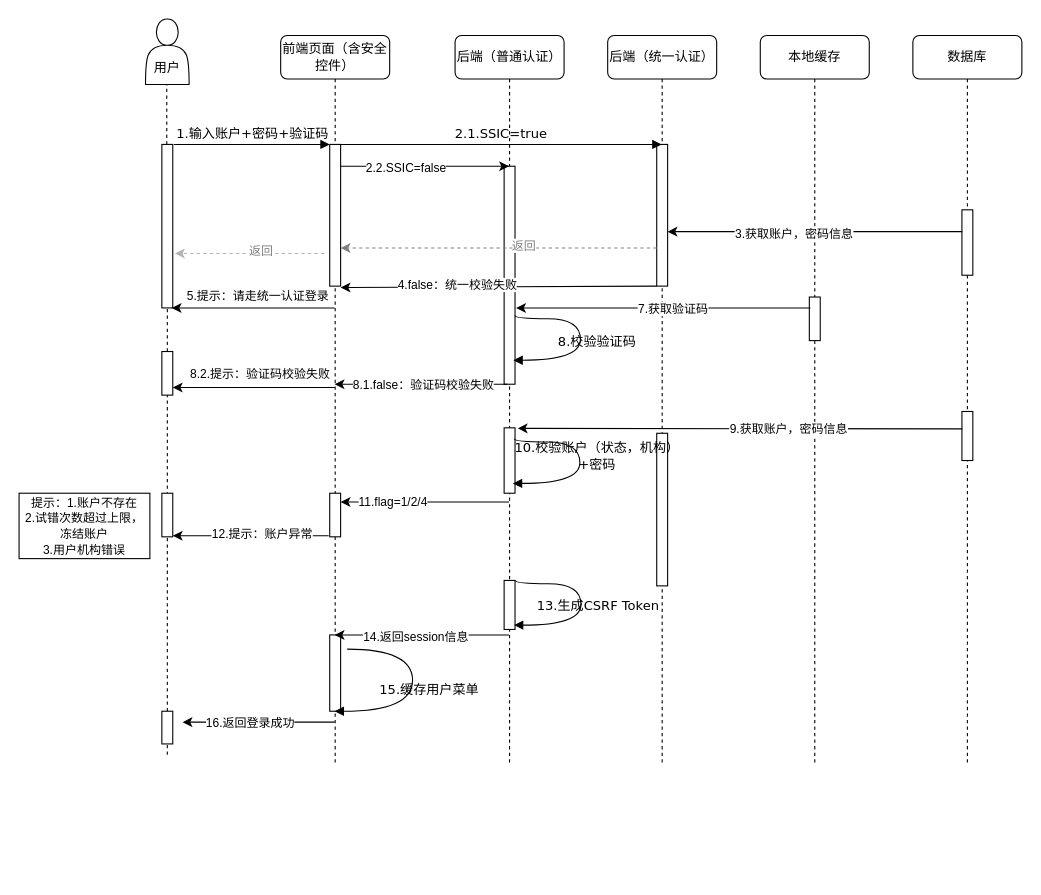
Before: Untitled Diagram.drawio in qianxiaomai0316/TortoiseGitTest, a draw.io diagram. Source tidied: cells renumbered, new cells numbered last; positions are measured from the earlier drawing's top-left corner, leaving out a move shared by most shapes. Both pictures are drawn from the tidied source at 109%, with x=0, y=0 at pixel (19, 19).
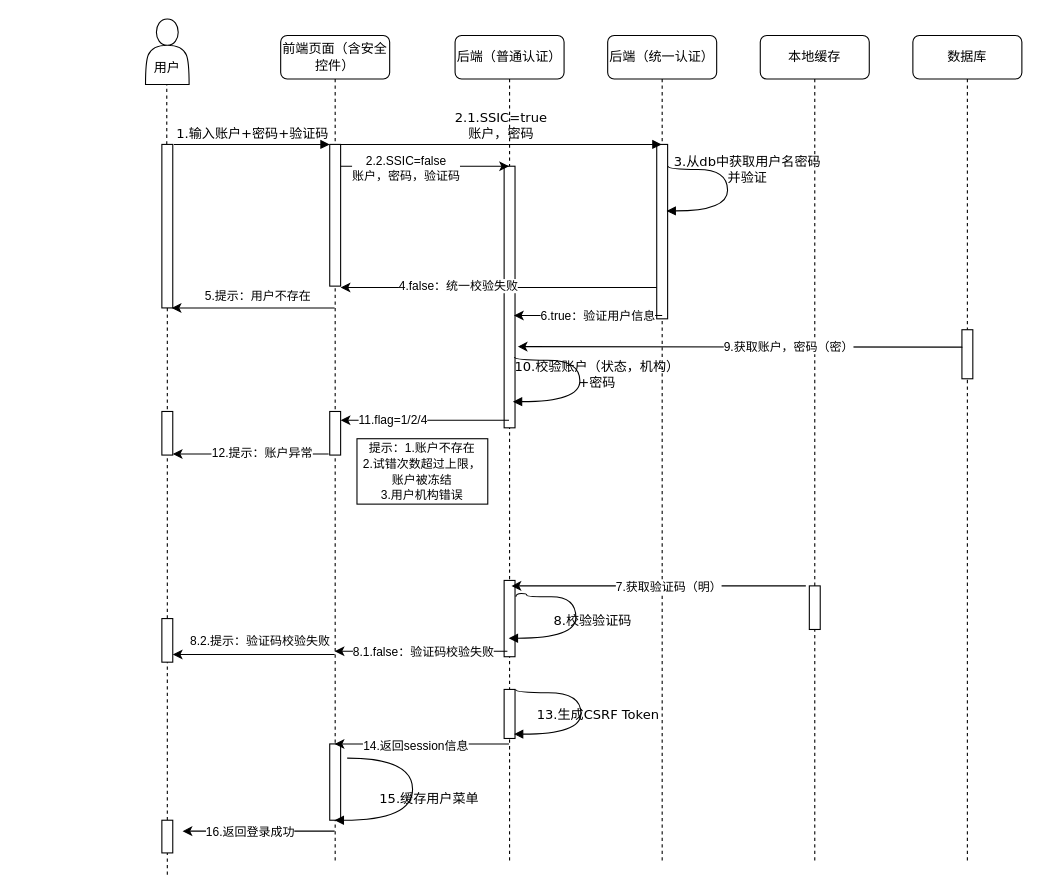
After the change.

Unchanged cells that the change refers to:
```xml
<mxCell id="3" style="html=1;points=[];perimeter=orthogonalPerimeter;rounded=0;shadow=0;comic=0;labelBackgroundColor=none;strokeWidth=1;fontFamily=Verdana;fontSize=12;align=center;" parent="2" vertex="1">
  <mxGeometry x="45" y="100" width="10" height="130" as="geometry" />
</mxCell>
<mxCell id="22" style="endArrow=classic;html=1;strokeColor=#000000;" parent="1" edge="1" source="3" target="6">
  <mxGeometry relative="1" as="geometry">
    <Array as="points">
      <mxPoint x="370" y="135" />
      <mxPoint x="400" y="135" />
    </Array>
  </mxGeometry>
</mxCell>
<mxCell id="28" style="endArrow=classic;html=1;strokeColor=#000000;" parent="1" edge="1" source="2">
  <mxGeometry relative="1" as="geometry">
    <mxPoint x="140" y="265" as="targetPoint" />
    <Array as="points">
      <mxPoint x="210" y="265" />
    </Array>
  </mxGeometry>
</mxCell>
<mxCell id="30" style="html=1;points=[];perimeter=orthogonalPerimeter;rounded=0;shadow=0;comic=0;labelBackgroundColor=none;strokeWidth=1;fontFamily=Verdana;fontSize=12;align=center;" parent="1" vertex="1">
  <mxGeometry x="131" y="115" width="10" height="150" as="geometry" />
</mxCell>
```

Change to the diagram source:
```diff
@@
     <mxCell id="2" value="前端页面（含安全控件）" style="shape=umlLifeline;perimeter=lifelinePerimeter;whiteSpace=wrap;html=1;outlineConnect=0;rounded=1;shadow=0;comic=0;labelBackgroundColor=none;strokeWidth=1;fontFamily=Verdana;fontSize=12;align=center;" parent="1" vertex="1">
-      <mxGeometry x="240" y="15" width="100" height="670" as="geometry" />
+      <mxGeometry x="240" y="15" width="100" height="760" as="geometry" />
     </mxCell>
@@
     <mxCell id="4" style="html=1;points=[];perimeter=orthogonalPerimeter;rounded=0;shadow=0;comic=0;labelBackgroundColor=none;strokeWidth=1;fontFamily=Verdana;fontSize=12;align=center;" parent="2" vertex="1">
-      <mxGeometry x="45" y="420" width="10" height="40" as="geometry" />
+      <mxGeometry x="45" y="345" width="10" height="40" as="geometry" />
     </mxCell>
     <mxCell id="5" style="html=1;perimeter=orthogonalPerimeter;rounded=0;shadow=0;comic=0;labelBackgroundColor=none;strokeWidth=1;fontFamily=Verdana;fontSize=12;align=center;" parent="2" vertex="1">
-      <mxGeometry x="45" y="550" width="10" height="70" as="geometry" />
+      <mxGeometry x="45" y="650" width="10" height="70" as="geometry" />
     </mxCell>
     <mxCell id="6" value="后端（普通认证）" style="shape=umlLifeline;perimeter=lifelinePerimeter;whiteSpace=wrap;html=1;outlineConnect=0;rounded=1;shadow=0;comic=0;labelBackgroundColor=none;strokeWidth=1;fontFamily=Verdana;fontSize=12;align=center;" parent="1" vertex="1">
-      <mxGeometry x="400" y="15" width="100" height="670" as="geometry" />
+      <mxGeometry x="400" y="15" width="100" height="760" as="geometry" />
     </mxCell>
     <mxCell id="7" style="html=1;points=[];perimeter=orthogonalPerimeter;rounded=0;shadow=0;comic=0;labelBackgroundColor=none;strokeWidth=1;fontFamily=Verdana;fontSize=12;align=center;" parent="6" vertex="1">
-      <mxGeometry x="45" y="120" width="10" height="200" as="geometry" />
+      <mxGeometry x="45" y="120" width="10" height="240" as="geometry" />
     </mxCell>
-    <mxCell id="8" style="html=1;perimeter=orthogonalPerimeter;rounded=0;shadow=0;comic=0;labelBackgroundColor=none;strokeWidth=1;fontFamily=Verdana;fontSize=12;align=center;" parent="6" vertex="1">
-      <mxGeometry x="45" y="360" width="10" height="60" as="geometry" />
-    </mxCell>
     <mxCell id="9" style="html=1;perimeter=orthogonalPerimeter;rounded=0;shadow=0;comic=0;labelBackgroundColor=none;strokeWidth=1;fontFamily=Verdana;fontSize=12;align=center;" parent="6" vertex="1">
-      <mxGeometry x="45" y="500" width="10" height="45" as="geometry" />
+      <mxGeometry x="45" y="600" width="10" height="45" as="geometry" />
     </mxCell>
+    <mxCell id="62" style="html=1;perimeter=orthogonalPerimeter;rounded=0;shadow=0;comic=0;labelBackgroundColor=none;strokeWidth=1;fontFamily=Verdana;fontSize=12;align=center;" parent="6" vertex="1">
+      <mxGeometry x="45" y="500" width="10" height="70" as="geometry" />
+    </mxCell>
     <mxCell id="10" value="后端（统一认证）" style="shape=umlLifeline;perimeter=lifelinePerimeter;whiteSpace=wrap;html=1;outlineConnect=0;rounded=1;shadow=0;comic=0;labelBackgroundColor=none;strokeWidth=1;fontFamily=Verdana;fontSize=12;align=center;" parent="1" vertex="1">
-      <mxGeometry x="540" y="15" width="100" height="670" as="geometry" />
+      <mxGeometry x="540" y="15" width="100" height="760" as="geometry" />
     </mxCell>
     <mxCell id="11" style="html=1;points=[];perimeter=orthogonalPerimeter;rounded=0;shadow=0;comic=0;labelBackgroundColor=none;strokeWidth=1;fontFamily=Verdana;fontSize=12;align=center;" parent="10" vertex="1">
-      <mxGeometry x="45" y="100" width="10" height="130" as="geometry" />
+      <mxGeometry x="45" y="100" width="10" height="160" as="geometry" />
     </mxCell>
     <mxCell id="12" value="本地缓存" style="shape=umlLifeline;perimeter=lifelinePerimeter;whiteSpace=wrap;html=1;rounded=1;shadow=0;comic=0;labelBackgroundColor=none;strokeWidth=1;fontFamily=Verdana;fontSize=12;align=center;" parent="1" vertex="1">
-      <mxGeometry x="680" y="15" width="100" height="670" as="geometry" />
+      <mxGeometry x="680" y="15" width="100" height="760" as="geometry" />
     </mxCell>
     <mxCell id="13" style="html=1;perimeter=orthogonalPerimeter;rounded=0;shadow=0;comic=0;labelBackgroundColor=none;strokeWidth=1;fontFamily=Verdana;fontSize=12;align=center;" parent="12" vertex="1">
-      <mxGeometry x="45" y="240" width="10" height="40" as="geometry" />
+      <mxGeometry x="45" y="505" width="10" height="40" as="geometry" />
     </mxCell>
     <mxCell id="14" value="数据库" style="shape=umlLifeline;perimeter=lifelinePerimeter;whiteSpace=wrap;html=1;rounded=1;shadow=0;comic=0;labelBackgroundColor=none;strokeWidth=1;fontFamily=Verdana;fontSize=12;align=center;" parent="1" vertex="1">
-      <mxGeometry x="820" y="15" width="100" height="670" as="geometry" />
+      <mxGeometry x="820" y="15" width="100" height="760" as="geometry" />
     </mxCell>
-    <mxCell id="15" style="html=1;perimeter=orthogonalPerimeter;rounded=0;shadow=0;comic=0;labelBackgroundColor=none;strokeWidth=1;fontFamily=Verdana;fontSize=12;align=center;" parent="14" vertex="1">
-      <mxGeometry x="45" y="160" width="10" height="60" as="geometry" />
-    </mxCell>
     <mxCell id="16" style="html=1;perimeter=orthogonalPerimeter;rounded=0;shadow=0;comic=0;labelBackgroundColor=none;strokeWidth=1;fontFamily=Verdana;fontSize=12;align=center;" parent="14" vertex="1">
-      <mxGeometry x="45" y="345" width="10" height="45" as="geometry" />
+      <mxGeometry x="45" y="270" width="10" height="45" as="geometry" />
     </mxCell>
-    <mxCell id="17" style="html=1;perimeter=orthogonalPerimeter;rounded=0;shadow=0;comic=0;labelBackgroundColor=none;strokeWidth=1;fontFamily=Verdana;fontSize=12;align=center;" parent="1" vertex="1">
-      <mxGeometry x="585" y="380" width="10" height="140" as="geometry" />
-    </mxCell>
@@
-    <mxCell id="19" value="2.1.SSIC=true" style="html=1;verticalAlign=bottom;endArrow=block;labelBackgroundColor=none;fontFamily=Verdana;fontSize=12;edgeStyle=elbowEdgeStyle;elbow=vertical;" parent="1" edge="1" source="3" target="10">
+    <mxCell id="19" value="2.1.SSIC=true&lt;br&gt;账户，密码" style="html=1;verticalAlign=bottom;endArrow=block;labelBackgroundColor=none;fontFamily=Verdana;fontSize=12;edgeStyle=elbowEdgeStyle;elbow=vertical;" parent="1" edge="1" source="3" target="10">
       <mxGeometry relative="1" as="geometry">
         <Array as="points">
           <mxPoint x="430" y="115" />
           <mxPoint x="560" y="115" />
         </Array>
       </mxGeometry>
     </mxCell>
@@
-    <mxCell id="23" value="2.2.SSIC=false" style="edgeLabel;html=1;align=center;verticalAlign=middle;" parent="22" vertex="1">
+    <mxCell id="23" value="2.2.SSIC=false&lt;br&gt;账户，密码，验证码" style="edgeLabel;html=1;align=center;verticalAlign=middle;" parent="22" vertex="1">
       <mxGeometry x="-0.24" y="-1" relative="1" as="geometry" />
     </mxCell>
@@
-    <mxCell id="26" style="endArrow=classic;html=1;strokeColor=#000000;" parent="1" edge="1">
-      <mxGeometry relative="1" as="geometry">
-        <mxPoint x="805" y="195" as="sourcePoint" />
-        <mxPoint x="595" y="195" as="targetPoint" />
-        <Array as="points">
-          <mxPoint x="870" y="195" />
-        </Array>
-      </mxGeometry>
-    </mxCell>
-    <mxCell id="27" value="3.获取账户，密码信息" style="edgeLabel;html=1;align=center;verticalAlign=middle;" parent="26" vertex="1">
-      <mxGeometry x="0.48" y="1" relative="1" as="geometry">
-        <mxPoint x="27" as="offset" />
-      </mxGeometry>
-    </mxCell>
@@
-    <mxCell id="29" value="5.提示：请走统一认证登录" style="edgeLabel;html=1;align=center;verticalAlign=middle;" parent="28" vertex="1">
+    <mxCell id="29" value="5.提示：用户不存在" style="edgeLabel;html=1;align=center;verticalAlign=middle;" parent="28" vertex="1">
       <mxGeometry x="-0.05" y="2" relative="1" as="geometry">
         <mxPoint y="-14" as="offset" />
       </mxGeometry>
     </mxCell>
@@
     <mxCell id="32" style="endArrow=classic;html=1;strokeColor=#000000;exitX=0.5;exitY=0.25;exitDx=0;exitDy=0;exitPerimeter=0;" parent="1" edge="1">
       <mxGeometry relative="1" as="geometry">
-        <mxPoint x="726" y="265" as="sourcePoint" />
-        <mxPoint x="456" y="265" as="targetPoint" />
+        <mxPoint x="721.8" y="520" as="sourcePoint" />
+        <mxPoint x="451.8" y="520" as="targetPoint" />
         <Array as="points">
-          <mxPoint x="646" y="265" />
+          <mxPoint x="641.8" y="520" />
         </Array>
       </mxGeometry>
     </mxCell>
-    <mxCell id="33" value="7.获取验证码" style="edgeLabel;html=1;align=center;verticalAlign=middle;" parent="32" vertex="1">
+    <mxCell id="33" value="7.获取验证码（明）" style="edgeLabel;html=1;align=center;verticalAlign=middle;" parent="32" vertex="1">
       <mxGeometry x="0.7" y="-1" relative="1" as="geometry">
         <mxPoint x="103" y="1" as="offset" />
       </mxGeometry>
     </mxCell>
     <mxCell id="34" style="endArrow=classic;html=1;strokeColor=#000000;" parent="1" edge="1">
       <mxGeometry relative="1" as="geometry">
-        <mxPoint x="820" y="376" as="sourcePoint" />
-        <mxPoint x="457.5" y="375.5" as="targetPoint" />
+        <mxPoint x="820" y="301" as="sourcePoint" />
+        <mxPoint x="457.5" y="300.5" as="targetPoint" />
         <Array as="points">
-          <mxPoint x="870" y="376" />
+          <mxPoint x="870" y="301" />
         </Array>
       </mxGeometry>
     </mxCell>
-    <mxCell id="35" value="9.获取账户，密码信息" style="edgeLabel;html=1;align=center;verticalAlign=middle;" parent="34" vertex="1">
+    <mxCell id="35" value="9.获取账户，密码（密）" style="edgeLabel;html=1;align=center;verticalAlign=middle;" parent="34" vertex="1">
       <mxGeometry x="0.48" y="1" relative="1" as="geometry">
         <mxPoint x="128" y="-1.6" as="offset" />
       </mxGeometry>
     </mxCell>
-    <mxCell id="36" value="8.校验验证码" style="html=1;verticalAlign=bottom;endArrow=block;labelBackgroundColor=none;fontFamily=Verdana;fontSize=12;elbow=vertical;edgeStyle=orthogonalEdgeStyle;curved=1;exitX=1;exitY=0.685;exitDx=0;exitDy=0;exitPerimeter=0;" parent="1" edge="1" source="7">
+    <mxCell id="36" value="8.校验验证码" style="html=1;verticalAlign=bottom;endArrow=block;labelBackgroundColor=none;fontFamily=Verdana;fontSize=12;elbow=vertical;edgeStyle=orthogonalEdgeStyle;curved=1;" parent="1" edge="1">
       <mxGeometry x="0.14" y="15" relative="1" as="geometry">
-        <mxPoint x="453.5" y="313" as="targetPoint" />
+        <mxPoint x="455.8" y="530" as="sourcePoint" />
+        <mxPoint x="449.2" y="568" as="targetPoint" />
         <Array as="points">
-          <mxPoint x="455" y="275" />
-          <mxPoint x="515" y="275" />
-          <mxPoint x="515" y="313" />
+          <mxPoint x="465.8" y="527" />
+          <mxPoint x="465.8" y="530" />
+          <mxPoint x="510.8" y="530" />
+          <mxPoint x="510.8" y="568" />
         </Array>
       </mxGeometry>
     </mxCell>
-    <mxCell id="37" style="endArrow=classic;html=1;strokeColor=#000000;exitX=0.3;exitY=0.995;exitDx=0;exitDy=0;exitPerimeter=0;" parent="1" edge="1" target="2">
+    <mxCell id="37" style="endArrow=classic;html=1;strokeColor=#000000;exitX=0.3;exitY=0.995;exitDx=0;exitDy=0;exitPerimeter=0;" parent="1" edge="1">
       <mxGeometry relative="1" as="geometry">
-        <mxPoint x="448" y="335" as="sourcePoint" />
+        <mxPoint x="448" y="580" as="sourcePoint" />
+        <mxPoint x="289.5" y="580" as="targetPoint" />
       </mxGeometry>
     </mxCell>
@@
     <mxCell id="39" style="html=1;points=[];perimeter=orthogonalPerimeter;rounded=0;shadow=0;comic=0;labelBackgroundColor=none;strokeWidth=1;fontFamily=Verdana;fontSize=12;align=center;" parent="1" vertex="1">
-      <mxGeometry x="131" y="305" width="10" height="40" as="geometry" />
+      <mxGeometry x="131" y="550" width="10" height="40" as="geometry" />
     </mxCell>
@@
-    <mxCell id="41" style="endArrow=classic;html=1;strokeColor=#000000;entryX=1;entryY=0.825;entryDx=0;entryDy=0;entryPerimeter=0;" parent="1" edge="1" source="2" target="39">
-      <mxGeometry relative="1" as="geometry" />
+    <mxCell id="41" style="endArrow=classic;html=1;strokeColor=#000000;entryX=1;entryY=0.825;entryDx=0;entryDy=0;entryPerimeter=0;" parent="1" edge="1" target="39">
+      <mxGeometry relative="1" as="geometry">
+        <mxPoint x="289.5" y="583" as="sourcePoint" />
+      </mxGeometry>
     </mxCell>
@@
     <mxCell id="43" value="10.校验账户（状态，机构）&lt;br&gt;+密码" style="html=1;verticalAlign=bottom;endArrow=block;labelBackgroundColor=none;fontFamily=Verdana;fontSize=12;elbow=vertical;edgeStyle=orthogonalEdgeStyle;curved=1;exitX=1;exitY=0.685;exitDx=0;exitDy=0;exitPerimeter=0;" parent="1" edge="1">
       <mxGeometry x="0.14" y="15" relative="1" as="geometry">
-        <mxPoint x="454.5" y="385" as="sourcePoint" />
-        <mxPoint x="453" y="426" as="targetPoint" />
+        <mxPoint x="454.5" y="310" as="sourcePoint" />
+        <mxPoint x="453" y="351" as="targetPoint" />
         <Array as="points">
-          <mxPoint x="454.5" y="388" />
-          <mxPoint x="514.5" y="388" />
-          <mxPoint x="514.5" y="426" />
+          <mxPoint x="454.5" y="313" />
+          <mxPoint x="514.5" y="313" />
+          <mxPoint x="514.5" y="351" />
         </Array>
       </mxGeometry>
     </mxCell>
-    <mxCell id="44" style="endArrow=classic;html=1;strokeColor=#000000;" parent="1" edge="1" source="6">
+    <mxCell id="44" style="endArrow=classic;html=1;strokeColor=#000000;" parent="1" edge="1">
       <mxGeometry relative="1" as="geometry">
-        <mxPoint x="295" y="443" as="targetPoint" />
+        <mxPoint x="449.5" y="368" as="sourcePoint" />
+        <mxPoint x="295" y="368" as="targetPoint" />
       </mxGeometry>
     </mxCell>
@@
     <mxCell id="46" style="html=1;points=[];perimeter=orthogonalPerimeter;rounded=0;shadow=0;comic=0;labelBackgroundColor=none;strokeWidth=1;fontFamily=Verdana;fontSize=12;align=center;" parent="1" vertex="1">
-      <mxGeometry x="131" y="435" width="10" height="40" as="geometry" />
+      <mxGeometry x="131" y="360" width="10" height="40" as="geometry" />
     </mxCell>
@@
-    <mxCell id="49" value="&lt;span style=&quot;font-size: 11px ; background-color: rgb(255 , 255 , 255)&quot;&gt;提示：1.账户不存在&lt;/span&gt;&lt;br style=&quot;font-size: 11px&quot;&gt;&lt;span style=&quot;font-size: 11px ; background-color: rgb(255 , 255 , 255)&quot;&gt;2.试错次数超过上限，冻结账户&lt;br&gt;&lt;/span&gt;&lt;span style=&quot;font-size: 11px ; background-color: rgb(255 , 255 , 255)&quot;&gt;3.用户机构错误&lt;/span&gt;" style="whiteSpace=wrap;html=1;" parent="1" vertex="1">
-      <mxGeometry y="435" width="120" height="60" as="geometry" />
+    <mxCell id="49" value="&lt;span style=&quot;font-size: 11px ; background-color: rgb(255 , 255 , 255)&quot;&gt;提示：1.账户不存在&lt;/span&gt;&lt;br style=&quot;font-size: 11px&quot;&gt;&lt;span style=&quot;font-size: 11px ; background-color: rgb(255 , 255 , 255)&quot;&gt;2.试错次数超过上限，账户被冻结&lt;br&gt;&lt;/span&gt;&lt;span style=&quot;font-size: 11px ; background-color: rgb(255 , 255 , 255)&quot;&gt;3.用户机构错误&lt;/span&gt;" style="whiteSpace=wrap;html=1;" parent="1" vertex="1">
+      <mxGeometry x="310" y="385" width="120" height="60" as="geometry" />
     </mxCell>
     <mxCell id="50" value="13.生成CSRF Token" style="html=1;verticalAlign=bottom;endArrow=block;labelBackgroundColor=none;fontFamily=Verdana;fontSize=12;elbow=vertical;edgeStyle=orthogonalEdgeStyle;curved=1;exitX=1;exitY=0.685;exitDx=0;exitDy=0;exitPerimeter=0;" parent="1" edge="1">
       <mxGeometry x="0.14" y="15" relative="1" as="geometry">
-        <mxPoint x="455.5" y="515" as="sourcePoint" />
-        <mxPoint x="454" y="556" as="targetPoint" />
+        <mxPoint x="455.5" y="615" as="sourcePoint" />
+        <mxPoint x="454" y="656" as="targetPoint" />
         <Array as="points">
-          <mxPoint x="455.5" y="518" />
-          <mxPoint x="515.5" y="518" />
-          <mxPoint x="515.5" y="556" />
+          <mxPoint x="455.5" y="618" />
+          <mxPoint x="515.5" y="618" />
+          <mxPoint x="515.5" y="656" />
         </Array>
       </mxGeometry>
     </mxCell>
-    <mxCell id="51" style="endArrow=classic;html=1;strokeColor=#000000;" parent="1" edge="1" source="6" target="2">
+    <mxCell id="51" style="endArrow=classic;html=1;strokeColor=#000000;" parent="1" edge="1">
       <mxGeometry relative="1" as="geometry">
+        <mxPoint x="449.5" y="665" as="sourcePoint" />
+        <mxPoint x="289.5" y="665" as="targetPoint" />
         <Array as="points">
-          <mxPoint x="330" y="565" />
+          <mxPoint x="330" y="665" />
         </Array>
       </mxGeometry>
     </mxCell>
@@
-    <mxCell id="53" value="15.缓存用户菜单" style="html=1;verticalAlign=bottom;endArrow=block;labelBackgroundColor=none;fontFamily=Verdana;fontSize=12;elbow=vertical;edgeStyle=orthogonalEdgeStyle;curved=1;" parent="1" edge="1" target="2">
+    <mxCell id="53" value="15.缓存用户菜单" style="html=1;verticalAlign=bottom;endArrow=block;labelBackgroundColor=none;fontFamily=Verdana;fontSize=12;elbow=vertical;edgeStyle=orthogonalEdgeStyle;curved=1;" parent="1" edge="1">
       <mxGeometry x="0.14" y="15" relative="1" as="geometry">
-        <mxPoint x="301" y="578" as="sourcePoint" />
+        <mxPoint x="301" y="678" as="sourcePoint" />
+        <mxPoint x="289.5" y="735" as="targetPoint" />
         <Array as="points">
-          <mxPoint x="361" y="578" />
-          <mxPoint x="361" y="635" />
+          <mxPoint x="361" y="678" />
+          <mxPoint x="361" y="735" />
         </Array>
       </mxGeometry>
     </mxCell>
     <mxCell id="54" style="html=1;points=[];perimeter=orthogonalPerimeter;rounded=0;shadow=0;comic=0;labelBackgroundColor=none;strokeWidth=1;fontFamily=Verdana;fontSize=12;align=center;" parent="1" vertex="1">
-      <mxGeometry x="131" y="635" width="10" height="30" as="geometry" />
+      <mxGeometry x="131" y="735" width="10" height="30" as="geometry" />
     </mxCell>
     <mxCell id="55" style="endArrow=none;dashed=1;html=1;" parent="1" edge="1" target="54">
       <mxGeometry relative="1" as="geometry">
-        <mxPoint x="136" y="675" as="sourcePoint" />
+        <mxPoint x="136" y="785" as="sourcePoint" />
       </mxGeometry>
     </mxCell>
-    <mxCell id="56" style="endArrow=classic;html=1;strokeColor=#000000;" parent="1" edge="1" source="2">
+    <mxCell id="56" style="endArrow=classic;html=1;strokeColor=#000000;" parent="1" edge="1">
       <mxGeometry relative="1" as="geometry">
-        <mxPoint x="150" y="645" as="targetPoint" />
+        <mxPoint x="289.5" y="745" as="sourcePoint" />
+        <mxPoint x="150" y="745" as="targetPoint" />
         <Array as="points">
-          <mxPoint x="240" y="645" />
+          <mxPoint x="240" y="745" />
         </Array>
       </mxGeometry>
     </mxCell>
@@
-    <mxCell id="58" style="endArrow=classic;html=1;dashed=1;strokeColor=#808080;" parent="1" edge="1">
-      <mxGeometry relative="1" as="geometry">
-        <mxPoint x="585" y="210" as="sourcePoint" />
-        <mxPoint x="295" y="210" as="targetPoint" />
-      </mxGeometry>
-    </mxCell>
-    <mxCell id="59" value="&lt;font color=&quot;#808080&quot;&gt;返回&lt;/font&gt;" style="edgeLabel;html=1;align=center;verticalAlign=middle;fontColor=#4D4D4D;" parent="58" vertex="1">
-      <mxGeometry x="-0.15" y="-3" relative="1" as="geometry" />
-    </mxCell>
-    <mxCell id="60" style="endArrow=classic;html=1;dashed=1;strokeColor=#B3B3B3;entryX=1.2;entryY=0.667;entryDx=0;entryDy=0;entryPerimeter=0;" parent="1" edge="1" target="30">
-      <mxGeometry relative="1" as="geometry">
-        <mxPoint x="280" y="215" as="sourcePoint" />
-      </mxGeometry>
-    </mxCell>
-    <mxCell id="61" value="&lt;font color=&quot;#808080&quot;&gt;返回&lt;/font&gt;" style="edgeLabel;html=1;align=center;verticalAlign=middle;" parent="60" vertex="1">
-      <mxGeometry x="-0.15" y="-3" relative="1" as="geometry" />
-    </mxCell>
+    <mxCell id="63" value="3.从db中获取用户名密码&lt;br&gt;并验证" style="html=1;verticalAlign=bottom;endArrow=block;labelBackgroundColor=none;fontFamily=Verdana;fontSize=12;elbow=vertical;edgeStyle=orthogonalEdgeStyle;curved=1;exitX=1;exitY=0.685;exitDx=0;exitDy=0;exitPerimeter=0;" parent="1" edge="1">
+      <mxGeometry x="-0.02" y="18" relative="1" as="geometry">
+        <mxPoint x="595.5" y="135" as="sourcePoint" />
+        <mxPoint x="594" y="176" as="targetPoint" />
+        <Array as="points">
+          <mxPoint x="596" y="138" />
+          <mxPoint x="650" y="138" />
+          <mxPoint x="650" y="176" />
+        </Array>
+      </mxGeometry>
+    </mxCell>
+    <mxCell id="64" style="endArrow=classic;html=1;strokeColor=#000000;" parent="1" edge="1">
+      <mxGeometry relative="1" as="geometry">
+        <mxPoint x="590" y="272" as="sourcePoint" />
+        <mxPoint x="454" y="272" as="targetPoint" />
+      </mxGeometry>
+    </mxCell>
+    <mxCell id="65" value="6.true：验证用户信息" style="edgeLabel;html=1;align=center;verticalAlign=middle;" parent="64" vertex="1">
+      <mxGeometry x="0.38" y="-1" relative="1" as="geometry">
+        <mxPoint x="34" y="1" as="offset" />
+      </mxGeometry>
+    </mxCell>
```
